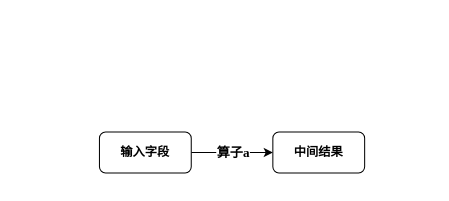
This is 算子优化.drawio from mineminemine123/work-wiki, a draw.io file, before an edit. Source tidied: cells renumbered, new cells numbered last; positions are measured from the earlier drawing's top-left corner, leaving out a move shared by most shapes. Both pictures are drawn from the tidied source at 102%, with x=0, y=0 at pixel (99, 132).
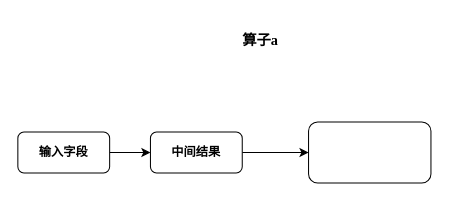
After the change.

Commit message (it also covers changes not shown here):
更新算子优化.drawio

Diff of the diagram source:
```diff
@@
 <mxGraphModel>
   <root>
     <mxCell id="0" />
     <mxCell id="1" parent="0" />
-    <mxCell id="2" style="endArrow=classic;html=1;rounded=0;fontFamily=Times New Roman;" parent="1" edge="1" source="4" target="5">
+    <mxCell id="2" style="edgeStyle=orthogonalEdgeStyle;rounded=0;jettySize=auto;html=1;exitX=1;exitY=0.5;exitDx=0;exitDy=0;fontFamily=Times New Roman;" parent="1" edge="1" source="4" target="5">
       <mxGeometry relative="1" as="geometry" />
     </mxCell>
+    <mxCell id="4" value="&lt;h4&gt;输入字段&lt;/h4&gt;" style="rounded=1;whiteSpace=wrap;html=1;" parent="1" vertex="1">
+      <mxGeometry x="-80" width="90" height="40" as="geometry" />
+    </mxCell>
+    <mxCell id="6" style="edgeStyle=orthogonalEdgeStyle;rounded=0;jettySize=auto;html=1;fontFamily=Times New Roman;" parent="1" edge="1" source="5" target="7">
+      <mxGeometry relative="1" as="geometry" />
+    </mxCell>
+    <mxCell id="5" value="&lt;h4&gt;中间结果&lt;/h4&gt;" style="rounded=1;whiteSpace=wrap;html=1;" parent="1" vertex="1">
+      <mxGeometry x="50" width="90" height="40" as="geometry" />
+    </mxCell>
-    <mxCell id="3" value="&lt;h3&gt;算子a&lt;/h3&gt;" style="edgeLabel;html=1;align=center;verticalAlign=middle;fontFamily=Times New Roman;" parent="2" vertex="1">
-      <mxGeometry relative="1" as="geometry" />
+    <mxCell id="3" value="&lt;h3&gt;算子a&lt;/h3&gt;" style="rounded=1;whiteSpace=wrap;html=1;fontFamily=Times New Roman;strokeColor=none;" parent="1" vertex="1">
+      <mxGeometry x="130" y="-100" width="56" height="20" as="geometry" />
     </mxCell>
-    <mxCell id="4" value="&lt;h4&gt;输入字段&lt;/h4&gt;" style="rounded=1;whiteSpace=wrap;html=1;" parent="1" vertex="1">
-      <mxGeometry width="90" height="40" as="geometry" />
-    </mxCell>
-    <mxCell id="5" value="&lt;h4&gt;中间结果&lt;/h4&gt;" style="rounded=1;whiteSpace=wrap;html=1;" parent="1" vertex="1">
-      <mxGeometry x="170" width="90" height="40" as="geometry" />
-    </mxCell>
+    <mxCell id="7" style="whiteSpace=wrap;html=1;rounded=1;" parent="1" vertex="1">
+      <mxGeometry x="205" y="-10" width="120" height="60" as="geometry" />
+    </mxCell>
   </root>
 </mxGraphModel>
```
